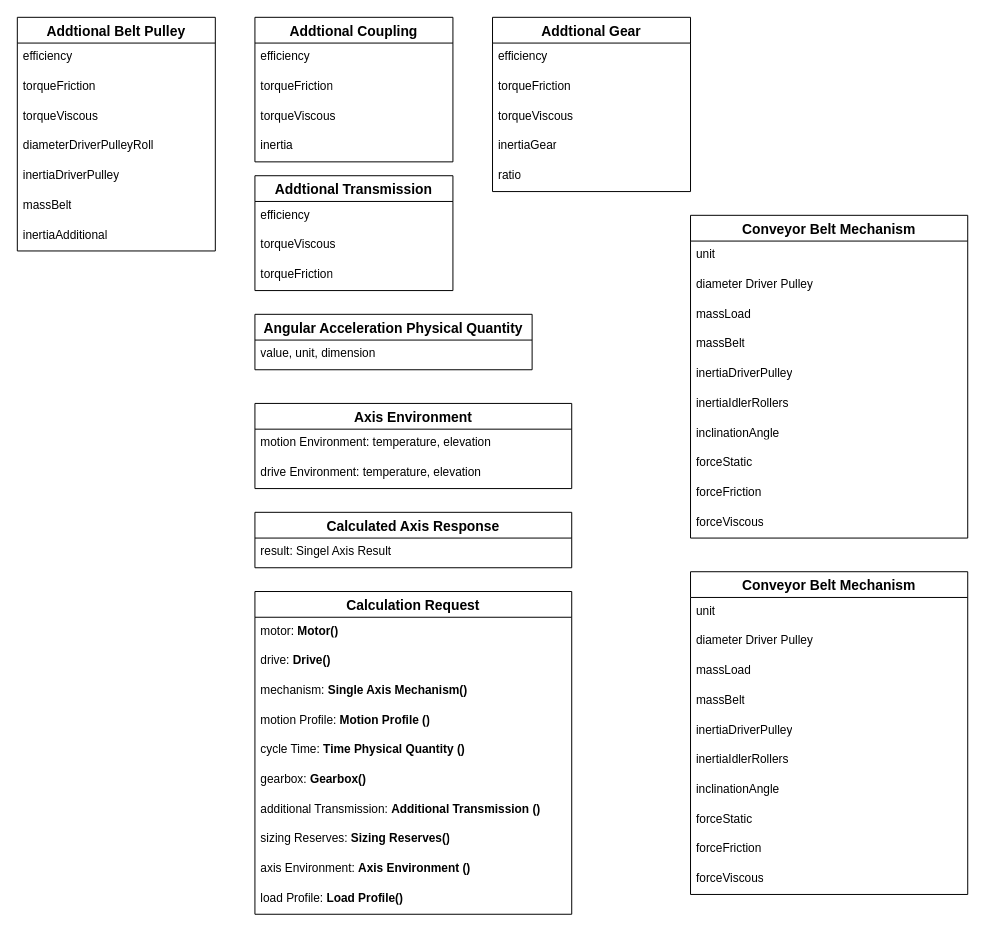
Above: Motion_Sizing.drawio in RiemannLee19/UMLs (draw.io), before the change. Source tidied: cells renumbered, new cells numbered last; positions are measured from the earlier drawing's top-left corner, leaving out a move shared by most shapes. Both pictures are drawn from the tidied source at 99%, with x=0, y=0 at pixel (17, 17).
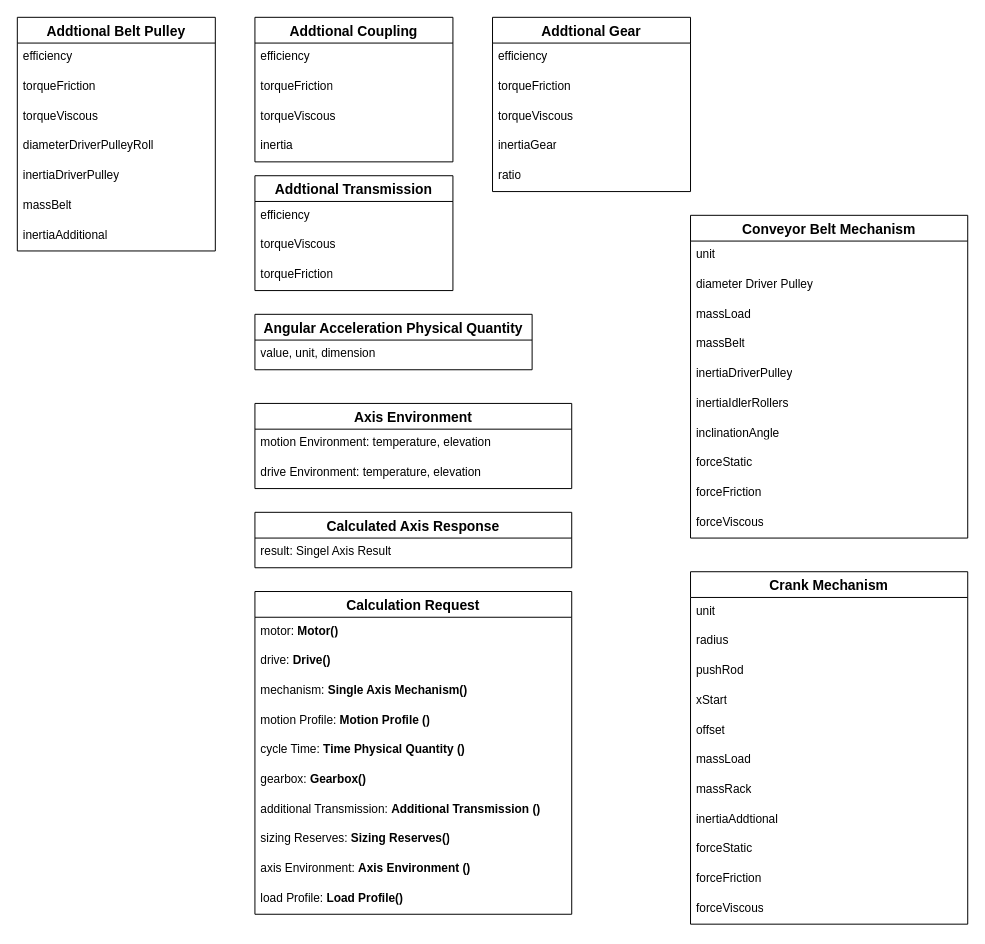
After the change.

Change to the diagram source:
```diff
@@
-    <mxCell id="54" value="Conveyor Belt Mechanism" style="swimlane;fontStyle=1;horizontal=1;startSize=26;align=center;fontSize=14;" parent="1" vertex="1">
-      <mxGeometry x="680" y="560" width="280" height="326" as="geometry" />
+    <mxCell id="54" value="Crank Mechanism" style="swimlane;fontStyle=1;horizontal=1;startSize=26;align=center;fontSize=14;" parent="1" vertex="1">
+      <mxGeometry x="680" y="560" width="280" height="356" as="geometry" />
     </mxCell>
@@
-    <mxCell id="56" value="diameter Driver Pulley&lt;span class=&quot;eusoft-eudic-chrome-extension-translate-content&quot;&gt;&lt;/span&gt;" style="text;strokeColor=none;fillColor=none;spacingLeft=4;spacingRight=4;overflow=hidden;fontSize=12;whiteSpace=wrap;html=1;" parent="54" vertex="1">
+    <mxCell id="56" value="radius&lt;span class=&quot;eusoft-eudic-chrome-extension-translate-content&quot;&gt;&lt;/span&gt;" style="text;strokeColor=none;fillColor=none;spacingLeft=4;spacingRight=4;overflow=hidden;fontSize=12;whiteSpace=wrap;html=1;" parent="54" vertex="1">
       <mxGeometry y="56" width="280" height="30" as="geometry" />
     </mxCell>
+    <mxCell id="59" value="pushRod&lt;span class=&quot;eusoft-eudic-chrome-extension-translate-content&quot;&gt;&lt;/span&gt;" style="text;strokeColor=none;fillColor=none;spacingLeft=4;spacingRight=4;overflow=hidden;fontSize=12;whiteSpace=wrap;html=1;" parent="54" vertex="1">
+      <mxGeometry y="86" width="280" height="30" as="geometry" />
+    </mxCell>
+    <mxCell id="60" value="xStart&lt;span class=&quot;eusoft-eudic-chrome-extension-translate-content&quot;&gt;&lt;/span&gt;" style="text;strokeColor=none;fillColor=none;spacingLeft=4;spacingRight=4;overflow=hidden;fontSize=12;whiteSpace=wrap;html=1;" parent="54" vertex="1">
+      <mxGeometry y="116" width="280" height="30" as="geometry" />
+    </mxCell>
+    <mxCell id="65" value="offset&lt;span class=&quot;eusoft-eudic-chrome-extension-translate-content&quot;&gt;&lt;/span&gt;" style="text;strokeColor=none;fillColor=none;spacingLeft=4;spacingRight=4;overflow=hidden;fontSize=12;whiteSpace=wrap;html=1;" parent="54" vertex="1">
+      <mxGeometry y="146" width="280" height="30" as="geometry" />
+    </mxCell>
     <mxCell id="57" value="massLoad&lt;span class=&quot;eusoft-eudic-chrome-extension-translate-content&quot;&gt;&lt;/span&gt;" style="text;strokeColor=none;fillColor=none;spacingLeft=4;spacingRight=4;overflow=hidden;fontSize=12;whiteSpace=wrap;html=1;" parent="54" vertex="1">
-      <mxGeometry y="86" width="280" height="30" as="geometry" />
+      <mxGeometry y="176" width="280" height="30" as="geometry" />
     </mxCell>
-    <mxCell id="58" value="massBelt&lt;span class=&quot;eusoft-eudic-chrome-extension-translate-content&quot;&gt;&lt;/span&gt;" style="text;strokeColor=none;fillColor=none;spacingLeft=4;spacingRight=4;overflow=hidden;fontSize=12;whiteSpace=wrap;html=1;" parent="54" vertex="1">
-      <mxGeometry y="116" width="280" height="30" as="geometry" />
+    <mxCell id="58" value="massRack&lt;span class=&quot;eusoft-eudic-chrome-extension-translate-content&quot;&gt;&lt;/span&gt;" style="text;strokeColor=none;fillColor=none;spacingLeft=4;spacingRight=4;overflow=hidden;fontSize=12;whiteSpace=wrap;html=1;" parent="54" vertex="1">
+      <mxGeometry y="206" width="280" height="30" as="geometry" />
     </mxCell>
-    <mxCell id="59" value="inertiaDriverPulley&lt;span class=&quot;eusoft-eudic-chrome-extension-translate-content&quot;&gt;&lt;/span&gt;" style="text;strokeColor=none;fillColor=none;spacingLeft=4;spacingRight=4;overflow=hidden;fontSize=12;whiteSpace=wrap;html=1;" parent="54" vertex="1">
-      <mxGeometry y="146" width="280" height="30" as="geometry" />
-    </mxCell>
-    <mxCell id="60" value="inertiaIdlerRollers&lt;span class=&quot;eusoft-eudic-chrome-extension-translate-content&quot;&gt;&lt;/span&gt;" style="text;strokeColor=none;fillColor=none;spacingLeft=4;spacingRight=4;overflow=hidden;fontSize=12;whiteSpace=wrap;html=1;" parent="54" vertex="1">
-      <mxGeometry y="176" width="280" height="30" as="geometry" />
-    </mxCell>
-    <mxCell id="61" value="inclinationAngle&lt;span class=&quot;eusoft-eudic-chrome-extension-translate-content&quot;&gt;&lt;/span&gt;" style="text;strokeColor=none;fillColor=none;spacingLeft=4;spacingRight=4;overflow=hidden;fontSize=12;whiteSpace=wrap;html=1;" parent="54" vertex="1">
-      <mxGeometry y="206" width="280" height="30" as="geometry" />
+    <mxCell id="61" value="inertiaAddtional&lt;span class=&quot;eusoft-eudic-chrome-extension-translate-content&quot;&gt;&lt;/span&gt;" style="text;strokeColor=none;fillColor=none;spacingLeft=4;spacingRight=4;overflow=hidden;fontSize=12;whiteSpace=wrap;html=1;" parent="54" vertex="1">
+      <mxGeometry y="236" width="280" height="30" as="geometry" />
     </mxCell>
     <mxCell id="62" value="forceStatic&lt;span class=&quot;eusoft-eudic-chrome-extension-translate-content&quot;&gt;&lt;/span&gt;" style="text;strokeColor=none;fillColor=none;spacingLeft=4;spacingRight=4;overflow=hidden;fontSize=12;whiteSpace=wrap;html=1;" parent="54" vertex="1">
-      <mxGeometry y="236" width="280" height="30" as="geometry" />
+      <mxGeometry y="266" width="280" height="30" as="geometry" />
     </mxCell>
     <mxCell id="63" value="forceFriction&lt;span class=&quot;eusoft-eudic-chrome-extension-translate-content&quot;&gt;&lt;/span&gt;" style="text;strokeColor=none;fillColor=none;spacingLeft=4;spacingRight=4;overflow=hidden;fontSize=12;whiteSpace=wrap;html=1;" parent="54" vertex="1">
-      <mxGeometry y="266" width="280" height="30" as="geometry" />
+      <mxGeometry y="296" width="280" height="30" as="geometry" />
     </mxCell>
     <mxCell id="64" value="forceViscous&lt;span class=&quot;eusoft-eudic-chrome-extension-translate-content&quot;&gt;&lt;/span&gt;" style="text;strokeColor=none;fillColor=none;spacingLeft=4;spacingRight=4;overflow=hidden;fontSize=12;whiteSpace=wrap;html=1;" parent="54" vertex="1">
-      <mxGeometry y="296" width="280" height="30" as="geometry" />
+      <mxGeometry y="326" width="280" height="30" as="geometry" />
     </mxCell>
```
